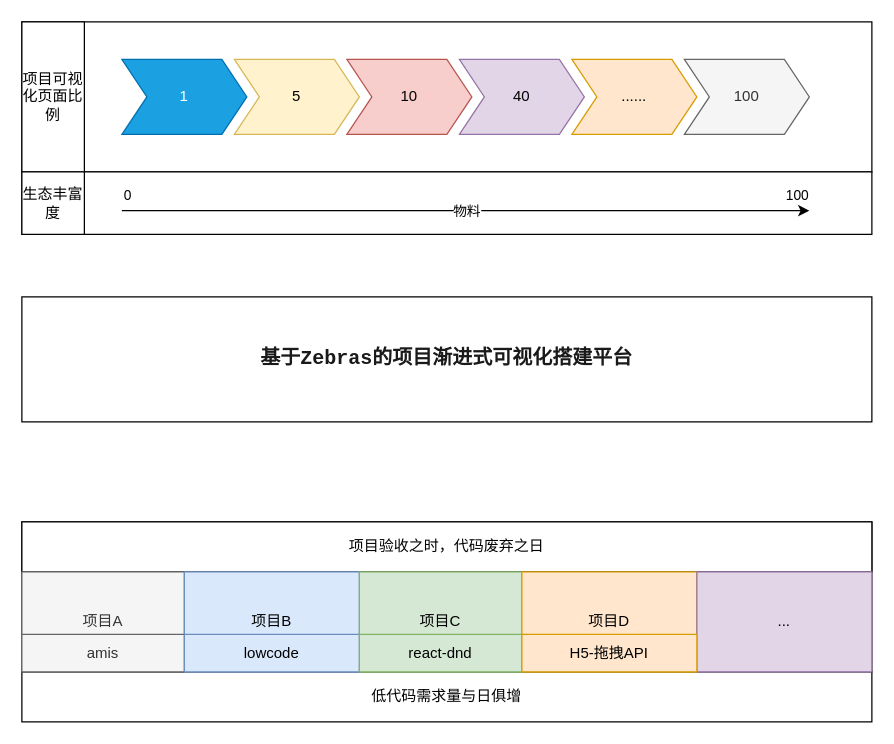
The draw.io diagram 低代码—目标.drawio in tangyaosimida/love, before the edit. Source tidied: cells renumbered, new cells numbered last; positions are measured from the earlier drawing's top-left corner, leaving out a move shared by most shapes. Both pictures are drawn from the tidied source at 125%, with x=0, y=0 at pixel (21, 21).
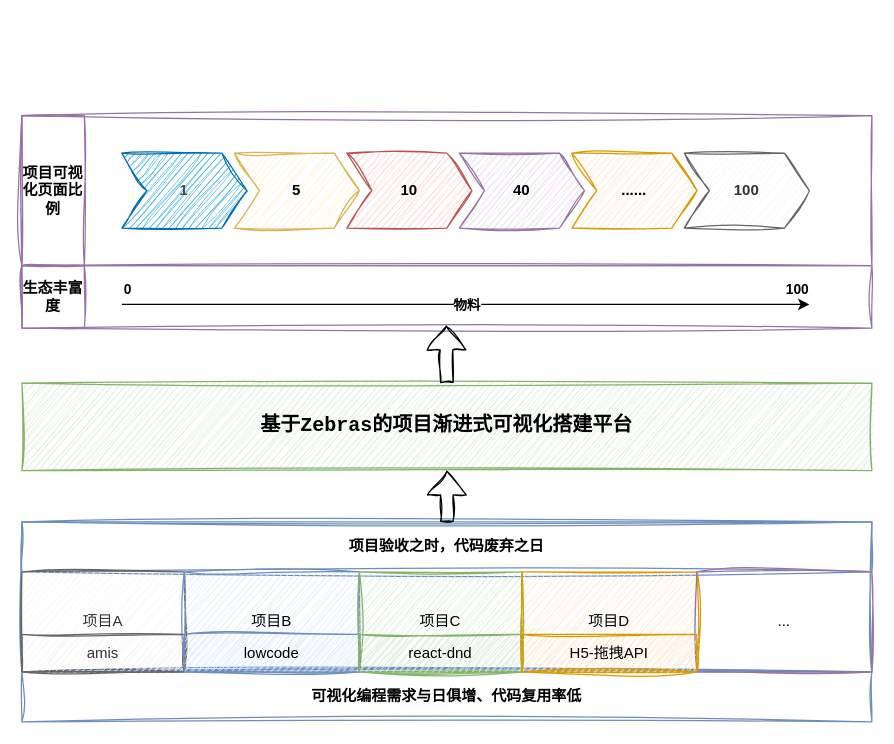
The same diagram, later.

Commit message:
更新低代码—目标.drawio

Change to the diagram source:
```diff
@@
-    <mxCell id="2" style="rounded=0;whiteSpace=wrap;html=1;" parent="1" vertex="1">
+    <mxCell id="2" style="rounded=0;whiteSpace=wrap;html=1;fillColor=none;strokeColor=#6c8ebf;sketch=1;curveFitting=1;jiggle=2;" parent="1" vertex="1">
       <mxGeometry y="400" width="680" height="120" as="geometry" />
     </mxCell>
-    <mxCell id="3" value="&lt;font face=&quot;Courier New&quot; style=&quot;font-size: 16px;&quot;&gt;&lt;span style=&quot;&quot;&gt;&lt;span&gt;基于Zebras的项目渐进式可视化搭建平台&lt;/span&gt;&lt;/span&gt;&lt;/font&gt;" style="rounded=0;whiteSpace=wrap;html=1;fontColor=#1A1A1A;align=center;fontStyle=1;" parent="1" vertex="1">
-      <mxGeometry y="220" width="680" height="100" as="geometry" />
+    <mxCell id="3" value="&lt;font face=&quot;Courier New&quot; style=&quot;font-size: 16px;&quot;&gt;&lt;span style=&quot;&quot;&gt;&lt;span&gt;基于Zebras的项目渐进式可视化搭建平台&lt;/span&gt;&lt;/span&gt;&lt;/font&gt;" style="rounded=0;whiteSpace=wrap;html=1;align=center;fontStyle=1;fillColor=#d5e8d4;strokeColor=#82b366;sketch=1;curveFitting=1;jiggle=2;" parent="1" vertex="1">
+      <mxGeometry y="289" width="680" height="70" as="geometry" />
     </mxCell>
-    <mxCell id="4" style="rounded=0;whiteSpace=wrap;html=1;" parent="1" vertex="1">
-      <mxGeometry width="680" height="120" as="geometry" />
+    <mxCell id="4" style="rounded=0;whiteSpace=wrap;html=1;fillColor=none;strokeColor=#9673a6;sketch=1;curveFitting=1;jiggle=2;fontStyle=1;" parent="1" vertex="1">
+      <mxGeometry y="75" width="680" height="120" as="geometry" />
     </mxCell>
-    <mxCell id="5" value="1" style="shape=step;perimeter=stepPerimeter;whiteSpace=wrap;html=1;fixedSize=1;fillColor=#1ba1e2;fontColor=#ffffff;strokeColor=#006EAF;" parent="1" vertex="1">
-      <mxGeometry x="80" y="30" width="100" height="60" as="geometry" />
+    <mxCell id="5" value="&lt;font color=&quot;#4d4d4d&quot;&gt;1&lt;/font&gt;" style="shape=step;perimeter=stepPerimeter;whiteSpace=wrap;html=1;fixedSize=1;fillColor=#1ba1e2;fontColor=#ffffff;strokeColor=#006EAF;sketch=1;curveFitting=1;jiggle=2;fontStyle=1;" parent="1" vertex="1">
+      <mxGeometry x="80" y="105" width="100" height="60" as="geometry" />
     </mxCell>
-    <mxCell id="6" value="5" style="shape=step;perimeter=stepPerimeter;whiteSpace=wrap;html=1;fixedSize=1;fillColor=#fff2cc;strokeColor=#d6b656;" parent="1" vertex="1">
-      <mxGeometry x="170" y="30" width="100" height="60" as="geometry" />
+    <mxCell id="6" value="5" style="shape=step;perimeter=stepPerimeter;whiteSpace=wrap;html=1;fixedSize=1;fillColor=#fff2cc;strokeColor=#d6b656;sketch=1;curveFitting=1;jiggle=2;fontStyle=1;" parent="1" vertex="1">
+      <mxGeometry x="170" y="105" width="100" height="60" as="geometry" />
     </mxCell>
-    <mxCell id="7" value="10" style="shape=step;perimeter=stepPerimeter;whiteSpace=wrap;html=1;fixedSize=1;fillColor=#f8cecc;strokeColor=#b85450;" parent="1" vertex="1">
-      <mxGeometry x="260" y="30" width="100" height="60" as="geometry" />
+    <mxCell id="7" value="10" style="shape=step;perimeter=stepPerimeter;whiteSpace=wrap;html=1;fixedSize=1;fillColor=#f8cecc;strokeColor=#b85450;sketch=1;curveFitting=1;jiggle=2;fontStyle=1;" parent="1" vertex="1">
+      <mxGeometry x="260" y="105" width="100" height="60" as="geometry" />
     </mxCell>
-    <mxCell id="8" value="40" style="shape=step;perimeter=stepPerimeter;whiteSpace=wrap;html=1;fixedSize=1;fillColor=#e1d5e7;strokeColor=#9673a6;" parent="1" vertex="1">
-      <mxGeometry x="350" y="30" width="100" height="60" as="geometry" />
+    <mxCell id="8" value="40" style="shape=step;perimeter=stepPerimeter;whiteSpace=wrap;html=1;fixedSize=1;fillColor=#e1d5e7;strokeColor=#9673a6;sketch=1;curveFitting=1;jiggle=2;fontStyle=1;" parent="1" vertex="1">
+      <mxGeometry x="350" y="105" width="100" height="60" as="geometry" />
     </mxCell>
-    <mxCell id="9" value="......" style="shape=step;perimeter=stepPerimeter;whiteSpace=wrap;html=1;fixedSize=1;fillColor=#ffe6cc;strokeColor=#d79b00;" parent="1" vertex="1">
-      <mxGeometry x="440" y="30" width="100" height="60" as="geometry" />
+    <mxCell id="9" value="......" style="shape=step;perimeter=stepPerimeter;whiteSpace=wrap;html=1;fixedSize=1;fillColor=#ffe6cc;strokeColor=#d79b00;sketch=1;curveFitting=1;jiggle=2;fontStyle=1;" parent="1" vertex="1">
+      <mxGeometry x="440" y="105" width="100" height="60" as="geometry" />
     </mxCell>
-    <mxCell id="10" value="100" style="shape=step;perimeter=stepPerimeter;whiteSpace=wrap;html=1;fixedSize=1;fillColor=#f5f5f5;strokeColor=#666666;fontColor=#333333;" parent="1" vertex="1">
-      <mxGeometry x="530" y="30" width="100" height="60" as="geometry" />
+    <mxCell id="10" value="100" style="shape=step;perimeter=stepPerimeter;whiteSpace=wrap;html=1;fixedSize=1;fillColor=#f5f5f5;strokeColor=#666666;fontColor=#333333;sketch=1;curveFitting=1;jiggle=2;fontStyle=1;" parent="1" vertex="1">
+      <mxGeometry x="530" y="105" width="100" height="60" as="geometry" />
     </mxCell>
-    <mxCell id="11" style="rounded=0;whiteSpace=wrap;html=1;" parent="1" vertex="1">
-      <mxGeometry y="120" width="680" height="50" as="geometry" />
+    <mxCell id="11" style="rounded=0;whiteSpace=wrap;html=1;fillColor=none;strokeColor=#9673a6;sketch=1;curveFitting=1;jiggle=2;" parent="1" vertex="1">
+      <mxGeometry y="195" width="680" height="50" as="geometry" />
     </mxCell>
-    <mxCell id="12" value="项目验收之时，代码废弃之日" style="rounded=0;whiteSpace=wrap;html=1;" parent="1" vertex="1">
+    <mxCell id="12" value="项目验收之时，代码废弃之日" style="rounded=0;whiteSpace=wrap;html=1;fillColor=none;strokeColor=#6c8ebf;sketch=1;curveFitting=1;jiggle=2;fontStyle=1;" parent="1" vertex="1">
       <mxGeometry y="400" width="680" height="40" as="geometry" />
     </mxCell>
-    <mxCell id="13" value="低代码需求量与日俱增" style="rounded=0;whiteSpace=wrap;html=1;" parent="1" vertex="1">
+    <mxCell id="13" value="可视化编程需求与日俱增、代码复用率低" style="rounded=0;whiteSpace=wrap;html=1;fillColor=none;strokeColor=#6c8ebf;sketch=1;curveFitting=1;jiggle=2;fontStyle=1;" parent="1" vertex="1">
       <mxGeometry y="520" width="680" height="40" as="geometry" />
     </mxCell>
-    <mxCell id="14" value="项目A" style="rounded=0;whiteSpace=wrap;html=1;fillColor=#f5f5f5;fontColor=#333333;strokeColor=#666666;" parent="1" vertex="1">
+    <mxCell id="14" value="项目A" style="rounded=0;whiteSpace=wrap;html=1;fillColor=#f5f5f5;fontColor=#333333;strokeColor=#666666;sketch=1;curveFitting=1;jiggle=2;" parent="1" vertex="1">
       <mxGeometry y="440" width="130" height="80" as="geometry" />
     </mxCell>
-    <mxCell id="15" value="项目B" style="rounded=0;whiteSpace=wrap;html=1;fillColor=#dae8fc;strokeColor=#6c8ebf;" parent="1" vertex="1">
+    <mxCell id="15" value="项目B" style="rounded=0;whiteSpace=wrap;html=1;fillColor=#dae8fc;strokeColor=#6c8ebf;sketch=1;curveFitting=1;jiggle=2;" parent="1" vertex="1">
       <mxGeometry x="130" y="440" width="140" height="80" as="geometry" />
     </mxCell>
-    <mxCell id="16" value="项目C" style="rounded=0;whiteSpace=wrap;html=1;fillColor=#d5e8d4;strokeColor=#82b366;" parent="1" vertex="1">
+    <mxCell id="16" value="项目C" style="rounded=0;whiteSpace=wrap;html=1;fillColor=#d5e8d4;strokeColor=#82b366;sketch=1;curveFitting=1;jiggle=2;" parent="1" vertex="1">
       <mxGeometry x="270" y="440" width="130" height="80" as="geometry" />
     </mxCell>
-    <mxCell id="17" value="项目D" style="rounded=0;whiteSpace=wrap;html=1;fillColor=#ffe6cc;strokeColor=#d79b00;" parent="1" vertex="1">
+    <mxCell id="17" value="项目D" style="rounded=0;whiteSpace=wrap;html=1;fillColor=#ffe6cc;strokeColor=#d79b00;sketch=1;curveFitting=1;jiggle=2;" parent="1" vertex="1">
       <mxGeometry x="400" y="440" width="140" height="80" as="geometry" />
     </mxCell>
-    <mxCell id="18" value="..." style="rounded=0;whiteSpace=wrap;html=1;fillColor=#e1d5e7;strokeColor=#9673a6;" parent="1" vertex="1">
+    <mxCell id="18" value="..." style="rounded=0;whiteSpace=wrap;html=1;fillColor=none;strokeColor=#9673a6;sketch=1;curveFitting=1;jiggle=2;" parent="1" vertex="1">
       <mxGeometry x="540" y="440" width="140" height="80" as="geometry" />
     </mxCell>
-    <mxCell id="19" value="amis" style="rounded=0;whiteSpace=wrap;html=1;fillColor=#f5f5f5;fontColor=#333333;strokeColor=#666666;" parent="1" vertex="1">
+    <mxCell id="19" value="amis" style="rounded=0;whiteSpace=wrap;html=1;fillColor=#f5f5f5;fontColor=#333333;strokeColor=#666666;sketch=1;curveFitting=1;jiggle=2;" parent="1" vertex="1">
       <mxGeometry y="490" width="130" height="30" as="geometry" />
     </mxCell>
-    <mxCell id="20" value="lowcode" style="rounded=0;whiteSpace=wrap;html=1;fillColor=#dae8fc;strokeColor=#6c8ebf;" parent="1" vertex="1">
+    <mxCell id="20" value="lowcode" style="rounded=0;whiteSpace=wrap;html=1;fillColor=#dae8fc;strokeColor=#6c8ebf;sketch=1;curveFitting=1;jiggle=2;" parent="1" vertex="1">
       <mxGeometry x="130" y="490" width="140" height="30" as="geometry" />
     </mxCell>
-    <mxCell id="21" value="react-dnd" style="rounded=0;whiteSpace=wrap;html=1;fillColor=#d5e8d4;strokeColor=#82b366;" parent="1" vertex="1">
+    <mxCell id="21" value="react-dnd" style="rounded=0;whiteSpace=wrap;html=1;fillColor=#d5e8d4;strokeColor=#82b366;sketch=1;curveFitting=1;jiggle=2;" parent="1" vertex="1">
       <mxGeometry x="270" y="490" width="130" height="30" as="geometry" />
     </mxCell>
-    <mxCell id="22" value="H5-拖拽API" style="rounded=0;whiteSpace=wrap;html=1;fillColor=#ffe6cc;strokeColor=#d79b00;" parent="1" vertex="1">
+    <mxCell id="22" value="H5-拖拽API" style="rounded=0;whiteSpace=wrap;html=1;fillColor=#ffe6cc;strokeColor=#d79b00;sketch=1;curveFitting=1;jiggle=2;" parent="1" vertex="1">
       <mxGeometry x="400" y="490" width="140" height="30" as="geometry" />
     </mxCell>
-    <mxCell id="23" style="endArrow=classic;html=1;rounded=0;" parent="1" edge="1">
+    <mxCell id="23" style="endArrow=classic;html=1;rounded=0;fontStyle=1;fontColor=#4D4D4D;" parent="1" edge="1">
       <mxGeometry relative="1" as="geometry">
-        <mxPoint x="80" y="151" as="sourcePoint" />
-        <mxPoint x="630" y="151" as="targetPoint" />
+        <mxPoint x="80" y="226" as="sourcePoint" />
+        <mxPoint x="630" y="226" as="targetPoint" />
       </mxGeometry>
     </mxCell>
-    <mxCell id="24" value="物料" style="edgeLabel;html=1;align=center;verticalAlign=middle;" parent="23" vertex="1">
+    <mxCell id="24" value="物料" style="edgeLabel;html=1;align=center;verticalAlign=middle;fontStyle=1;" parent="23" vertex="1">
       <mxGeometry relative="1" as="geometry" />
     </mxCell>
-    <mxCell id="25" value="0" style="edgeLabel;html=1;align=left;verticalAlign=bottom;" parent="23" vertex="1">
+    <mxCell id="25" value="0" style="edgeLabel;html=1;align=left;verticalAlign=bottom;fontStyle=1;" parent="23" vertex="1">
       <mxGeometry x="-1" relative="1" as="geometry">
         <mxPoint y="-4" as="offset" />
       </mxGeometry>
     </mxCell>
-    <mxCell id="26" value="100" style="edgeLabel;html=1;align=right;verticalAlign=bottom;" parent="23" vertex="1">
+    <mxCell id="26" value="100" style="edgeLabel;html=1;align=right;verticalAlign=bottom;fontStyle=1;" parent="23" vertex="1">
       <mxGeometry x="1" relative="1" as="geometry">
         <mxPoint y="-4" as="offset" />
       </mxGeometry>
     </mxCell>
-    <mxCell id="27" value="项目可视化页面比例" style="rounded=0;whiteSpace=wrap;html=1;" parent="1" vertex="1">
-      <mxGeometry width="50" height="120" as="geometry" />
+    <mxCell id="27" value="项目可视化页面比例" style="rounded=0;whiteSpace=wrap;html=1;fillColor=none;strokeColor=#9673a6;sketch=1;curveFitting=1;jiggle=2;fontStyle=1;" parent="1" vertex="1">
+      <mxGeometry y="75" width="50" height="120" as="geometry" />
     </mxCell>
-    <mxCell id="28" value="生态丰富度" style="rounded=0;whiteSpace=wrap;html=1;" parent="1" vertex="1">
-      <mxGeometry y="120" width="50" height="50" as="geometry" />
+    <mxCell id="28" value="生态丰富度" style="rounded=0;whiteSpace=wrap;html=1;fillColor=none;strokeColor=#9673a6;sketch=1;curveFitting=1;jiggle=2;fontStyle=1;" parent="1" vertex="1">
+      <mxGeometry y="195" width="50" height="50" as="geometry" />
     </mxCell>
+    <mxCell id="29" style="shape=flexArrow;endArrow=classic;html=1;rounded=0;exitX=0.5;exitY=0;exitDx=0;exitDy=0;entryX=0.5;entryY=1;entryDx=0;entryDy=0;sketch=1;curveFitting=1;jiggle=2;" parent="1" edge="1" source="12" target="3">
+      <mxGeometry relative="1" as="geometry" />
+    </mxCell>
+    <mxCell id="30" style="shape=flexArrow;endArrow=classic;html=1;rounded=0;entryX=0.5;entryY=1;entryDx=0;entryDy=0;sketch=1;curveFitting=1;jiggle=2;exitX=0.5;exitY=0;exitDx=0;exitDy=0;" parent="1" edge="1" source="3">
+      <mxGeometry relative="1" as="geometry">
+        <mxPoint x="339.5" y="243" as="targetPoint" />
+      </mxGeometry>
+    </mxCell>
```
